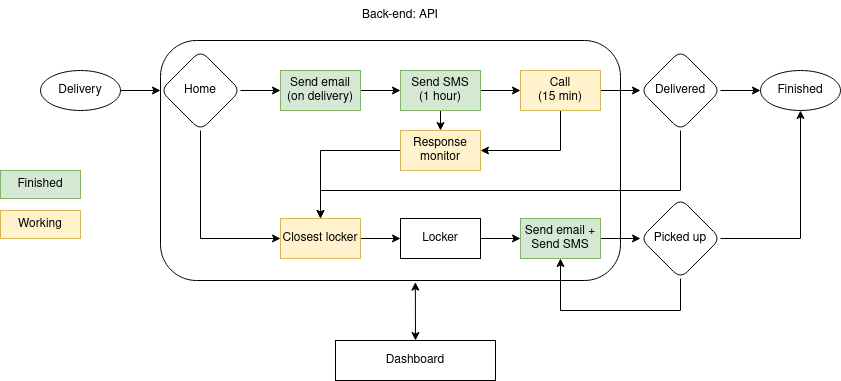
Above: docs/projectStructure.png in tamagusko/ai-transatlantic-hackathon (draw.io), before the change. Source tidied: cells renumbered, new cells last; positions are measured from the earlier drawing's top-left corner, leaving out a move shared by most shapes.
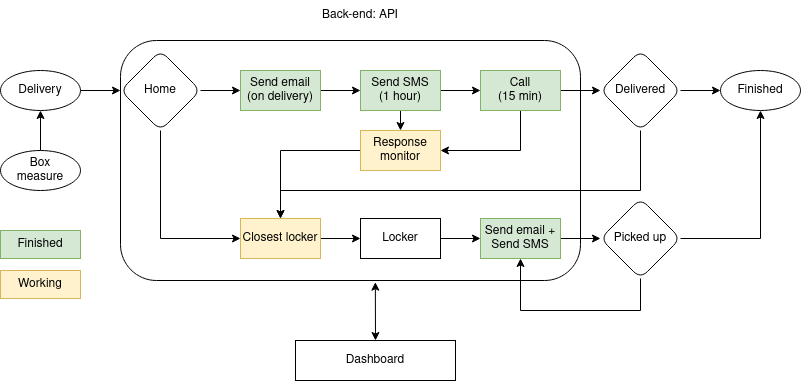
The same file after the commit.

The edit, as a diff of the source:
```diff
@@ -12,10 +12,10 @@
       <mxGeometry x="40" y="70" width="80" height="40" as="geometry" />
     </mxCell>
     <mxCell id="5" value="Finished" style="rounded=0;whiteSpace=wrap;html=1;fillColor=#d5e8d4;strokeColor=#82b366;" parent="1" vertex="1">
-      <mxGeometry y="170" width="80" height="28" as="geometry" />
+      <mxGeometry x="40" y="230" width="80" height="28" as="geometry" />
     </mxCell>
     <mxCell id="6" value="Working" style="rounded=0;whiteSpace=wrap;html=1;fillColor=#fff2cc;strokeColor=#d6b656;" parent="1" vertex="1">
-      <mxGeometry y="210" width="80" height="28" as="geometry" />
+      <mxGeometry x="40" y="270" width="80" height="28" as="geometry" />
     </mxCell>
     <mxCell id="7" value="Back-end: API" style="text;html=1;strokeColor=none;fillColor=none;align=center;verticalAlign=middle;whiteSpace=wrap;rounded=0;shadow=0;glass=0;sketch=0;" parent="1" vertex="1">
       <mxGeometry x="350" width="100" height="30" as="geometry" />
@@ -54,7 +54,7 @@
         </Array>
       </mxGeometry>
     </mxCell>
-    <mxCell id="18" value="&lt;div&gt;Call&lt;br&gt;&lt;/div&gt;&lt;div&gt;(15 min)&lt;br&gt;&lt;/div&gt;" style="rounded=0;whiteSpace=wrap;html=1;fillColor=#fff2cc;strokeColor=#d6b656;" parent="1" vertex="1">
+    <mxCell id="18" value="&lt;div&gt;Call&lt;br&gt;&lt;/div&gt;&lt;div&gt;(15 min)&lt;br&gt;&lt;/div&gt;" style="rounded=0;whiteSpace=wrap;html=1;fillColor=#d5e8d4;strokeColor=#82b366;" parent="1" vertex="1">
       <mxGeometry x="520" y="70" width="80" height="40" as="geometry" />
     </mxCell>
     <mxCell id="19" style="edgeStyle=orthogonalEdgeStyle;rounded=0;jettySize=auto;html=1;exitX=1;exitY=0.5;exitDx=0;exitDy=0;entryX=0;entryY=0.5;entryDx=0;entryDy=0;" parent="1" edge="1" source="21" target="22">
@@ -118,5 +118,11 @@
     <mxCell id="35" value="Response monitor" style="rounded=0;whiteSpace=wrap;html=1;fillColor=#fff2cc;strokeColor=#d6b656;" parent="1" vertex="1">
       <mxGeometry x="400" y="130" width="80" height="40" as="geometry" />
     </mxCell>
+    <mxCell id="36" style="edgeStyle=orthogonalEdgeStyle;rounded=0;jettySize=auto;html=1;entryX=0.5;entryY=1;entryDx=0;entryDy=0;" parent="1" edge="1" source="37" target="4">
+      <mxGeometry relative="1" as="geometry" />
+    </mxCell>
+    <mxCell id="37" value="&lt;div&gt;Box &lt;br&gt;&lt;/div&gt;&lt;div&gt;measure&lt;/div&gt;" style="ellipse;whiteSpace=wrap;html=1;" parent="1" vertex="1">
+      <mxGeometry x="40" y="150" width="80" height="40" as="geometry" />
+    </mxCell>
   </root>
 </mxGraphModel>
```
